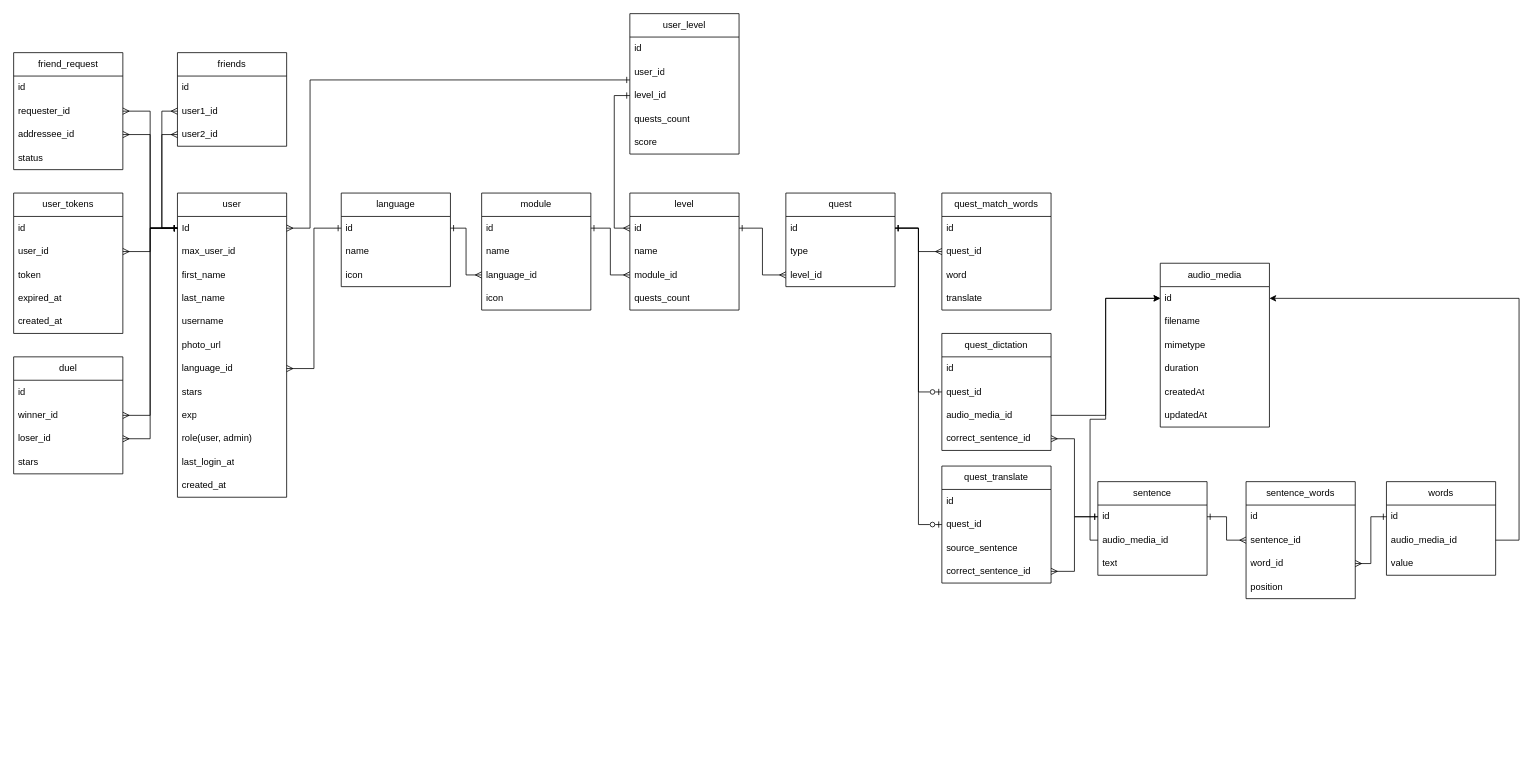
Before: ER.drawio in shurma1/lingua, a draw.io diagram. Source tidied: cells renumbered, new cells numbered last; positions are measured from the earlier drawing's top-left corner, leaving out a move shared by most shapes. Both pictures are drawn from the tidied source at 78%, with x=0, y=0 at pixel (13, 13).
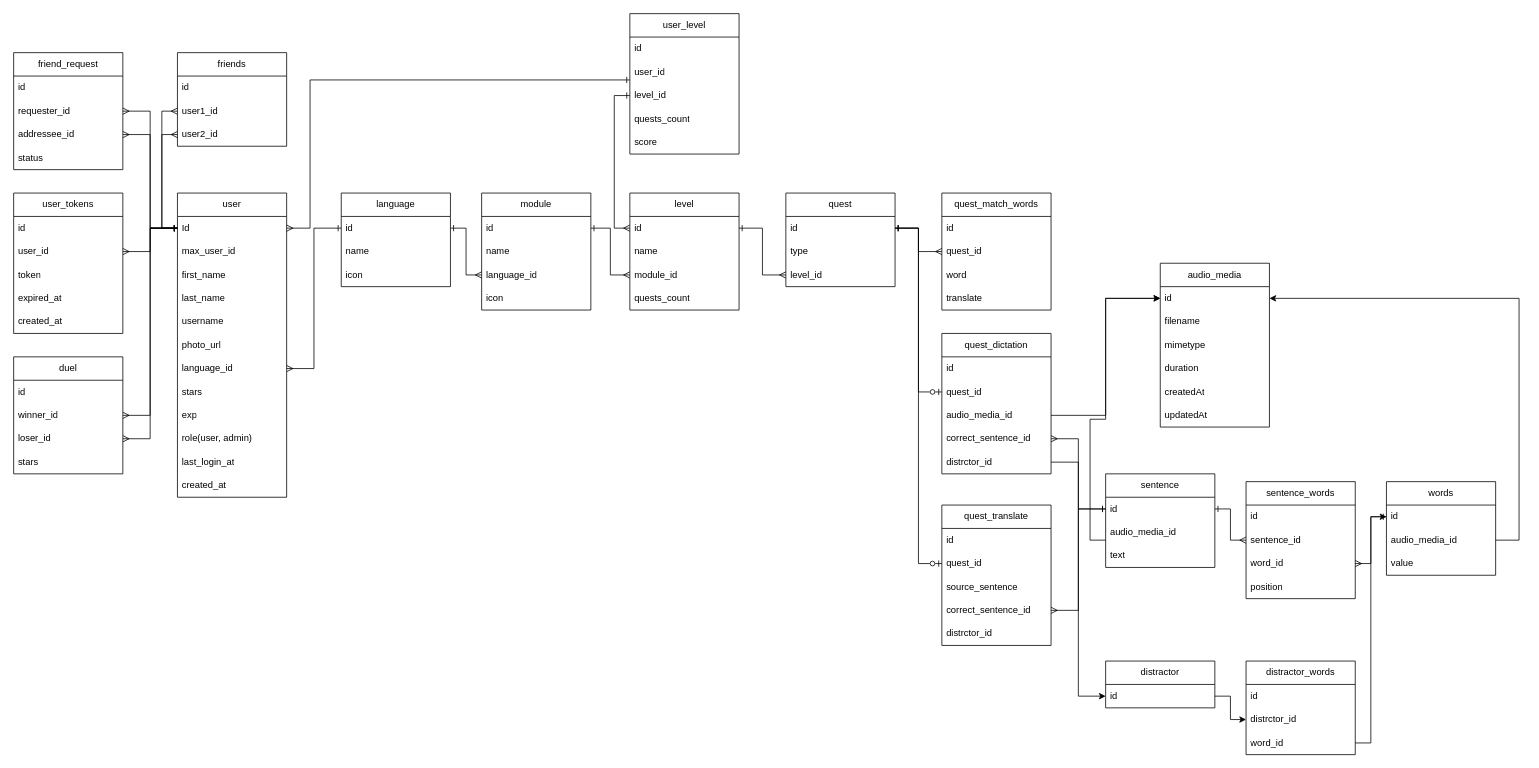
After the change.

The change refers to these unchanged cells:
```xml
<mxCell id="67" value="id" style="text;strokeColor=none;fillColor=none;align=left;verticalAlign=middle;spacingLeft=4;spacingRight=4;overflow=hidden;points=[[0,0.5],[1,0.5]];portConstraint=eastwest;whiteSpace=wrap;html=1;" parent="66" vertex="1">
  <mxGeometry y="30" width="140" height="30" as="geometry" />
</mxCell>
```

Diff of the diagram source:
```diff
@@
     <mxCell id="50" value="quest_dictation" style="swimlane;fontStyle=0;horizontal=1;startSize=30;whiteSpace=wrap;html=1;" parent="1" vertex="1">
-      <mxGeometry x="1190" y="410" width="140" height="150" as="geometry" />
+      <mxGeometry x="1190" y="410" width="140" height="180" as="geometry" />
     </mxCell>
@@
+    <mxCell id="117" value="distrctor_id" style="text;strokeColor=none;fillColor=none;align=left;verticalAlign=middle;spacingLeft=4;spacingRight=4;overflow=hidden;points=[[0,0.5],[1,0.5]];portConstraint=eastwest;whiteSpace=wrap;html=1;" parent="50" vertex="1">
+      <mxGeometry y="150" width="140" height="30" as="geometry" />
+    </mxCell>
@@
     <mxCell id="56" value="quest_translate" style="swimlane;fontStyle=0;horizontal=1;startSize=30;whiteSpace=wrap;html=1;" parent="1" vertex="1">
-      <mxGeometry x="1190" y="580" width="140" height="150" as="geometry" />
+      <mxGeometry x="1190" y="630" width="140" height="180" as="geometry" />
     </mxCell>
@@
+    <mxCell id="118" value="distrctor_id" style="text;strokeColor=none;fillColor=none;align=left;verticalAlign=middle;spacingLeft=4;spacingRight=4;overflow=hidden;whiteSpace=wrap;html=1;" parent="56" vertex="1">
+      <mxGeometry y="150" width="140" height="30" as="geometry" />
+    </mxCell>
@@
     <mxCell id="62" value="sentence" style="swimlane;fontStyle=0;horizontal=1;startSize=30;whiteSpace=wrap;html=1;" parent="1" vertex="1">
-      <mxGeometry x="1390" y="600" width="140" height="120" as="geometry" />
+      <mxGeometry x="1400" y="590" width="140" height="120" as="geometry" />
     </mxCell>
@@
+    <mxCell id="119" value="&lt;span style=&quot;white-space-collapse: preserve;&quot;&gt;distractor&lt;/span&gt;" style="swimlane;fontStyle=0;horizontal=1;startSize=30;whiteSpace=wrap;html=1;" parent="1" vertex="1">
+      <mxGeometry x="1400" y="830" width="140" height="60" as="geometry" />
+    </mxCell>
+    <mxCell id="120" value="id" style="text;strokeColor=none;fillColor=none;align=left;verticalAlign=middle;spacingLeft=4;spacingRight=4;overflow=hidden;points=[[0,0.5],[1,0.5]];portConstraint=eastwest;whiteSpace=wrap;html=1;" parent="119" vertex="1">
+      <mxGeometry y="30" width="140" height="30" as="geometry" />
+    </mxCell>
+    <mxCell id="121" value="&lt;span style=&quot;white-space-collapse: preserve;&quot;&gt;distractor_words&lt;/span&gt;" style="swimlane;fontStyle=0;horizontal=1;startSize=30;whiteSpace=wrap;html=1;" parent="1" vertex="1">
+      <mxGeometry x="1580" y="830" width="140" height="120" as="geometry" />
+    </mxCell>
+    <mxCell id="122" value="id" style="text;strokeColor=none;fillColor=none;align=left;verticalAlign=middle;spacingLeft=4;spacingRight=4;overflow=hidden;whiteSpace=wrap;html=1;" parent="121" vertex="1">
+      <mxGeometry y="30" width="140" height="30" as="geometry" />
+    </mxCell>
+    <mxCell id="123" value="distrctor_id" style="text;strokeColor=none;fillColor=none;align=left;verticalAlign=middle;spacingLeft=4;spacingRight=4;overflow=hidden;points=[[0,0.5],[1,0.5]];portConstraint=eastwest;whiteSpace=wrap;html=1;" parent="121" vertex="1">
+      <mxGeometry y="60" width="140" height="30" as="geometry" />
+    </mxCell>
+    <mxCell id="124" value="word_id" style="text;strokeColor=none;fillColor=none;align=left;verticalAlign=middle;spacingLeft=4;spacingRight=4;overflow=hidden;points=[[0,0.5],[1,0.5]];portConstraint=eastwest;whiteSpace=wrap;html=1;" parent="121" vertex="1">
+      <mxGeometry y="90" width="140" height="30" as="geometry" />
+    </mxCell>
+    <mxCell id="125" style="edgeStyle=orthogonalEdgeStyle;rounded=0;jettySize=auto;html=1;" parent="1" edge="1" source="120" target="123">
+      <mxGeometry relative="1" as="geometry" />
+    </mxCell>
+    <mxCell id="126" style="edgeStyle=orthogonalEdgeStyle;rounded=0;jettySize=auto;html=1;" parent="1" edge="1" source="124" target="67">
+      <mxGeometry relative="1" as="geometry" />
+    </mxCell>
+    <mxCell id="127" style="edgeStyle=orthogonalEdgeStyle;rounded=0;jettySize=auto;html=1;" parent="1" edge="1" source="117" target="120">
+      <mxGeometry relative="1" as="geometry" />
+    </mxCell>
```
